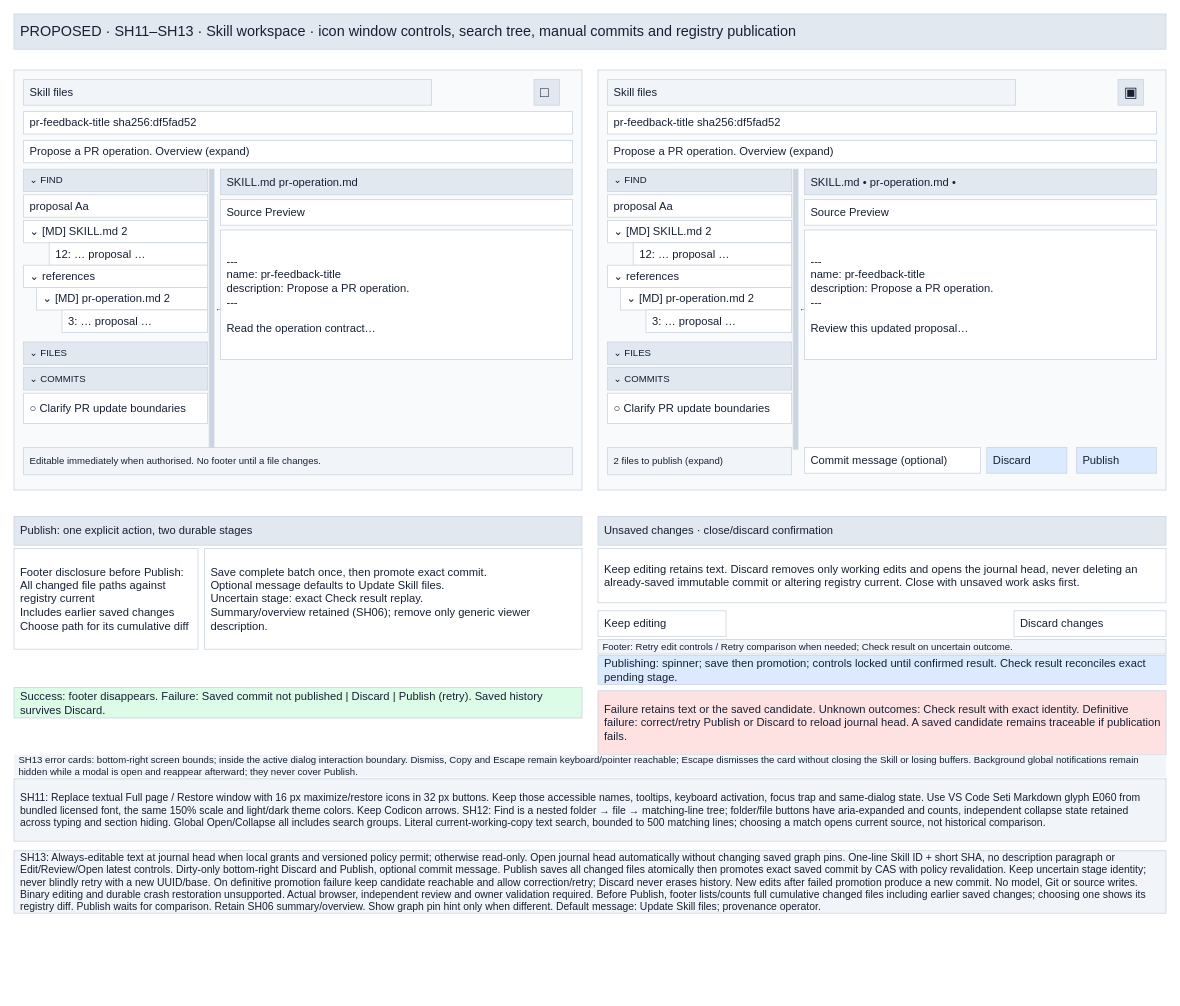
amadou-6e/specs keeps this draw.io diagram as page "Skill workspace editing and publication" (6 of 6) of projects/laomedo/subsystems/skill-registry/design/skill-files.drawio. Above is the earlier version. Source tidied: cells renumbered, new cells numbered last; positions are measured from the earlier drawing's top-left corner, leaving out a move shared by most shapes. Both pictures are drawn from the tidied source at 80%, with x=0, y=0 at pixel (14, 14). Pictures stored in the file or linked from it are replaced by grey dashed boxes.
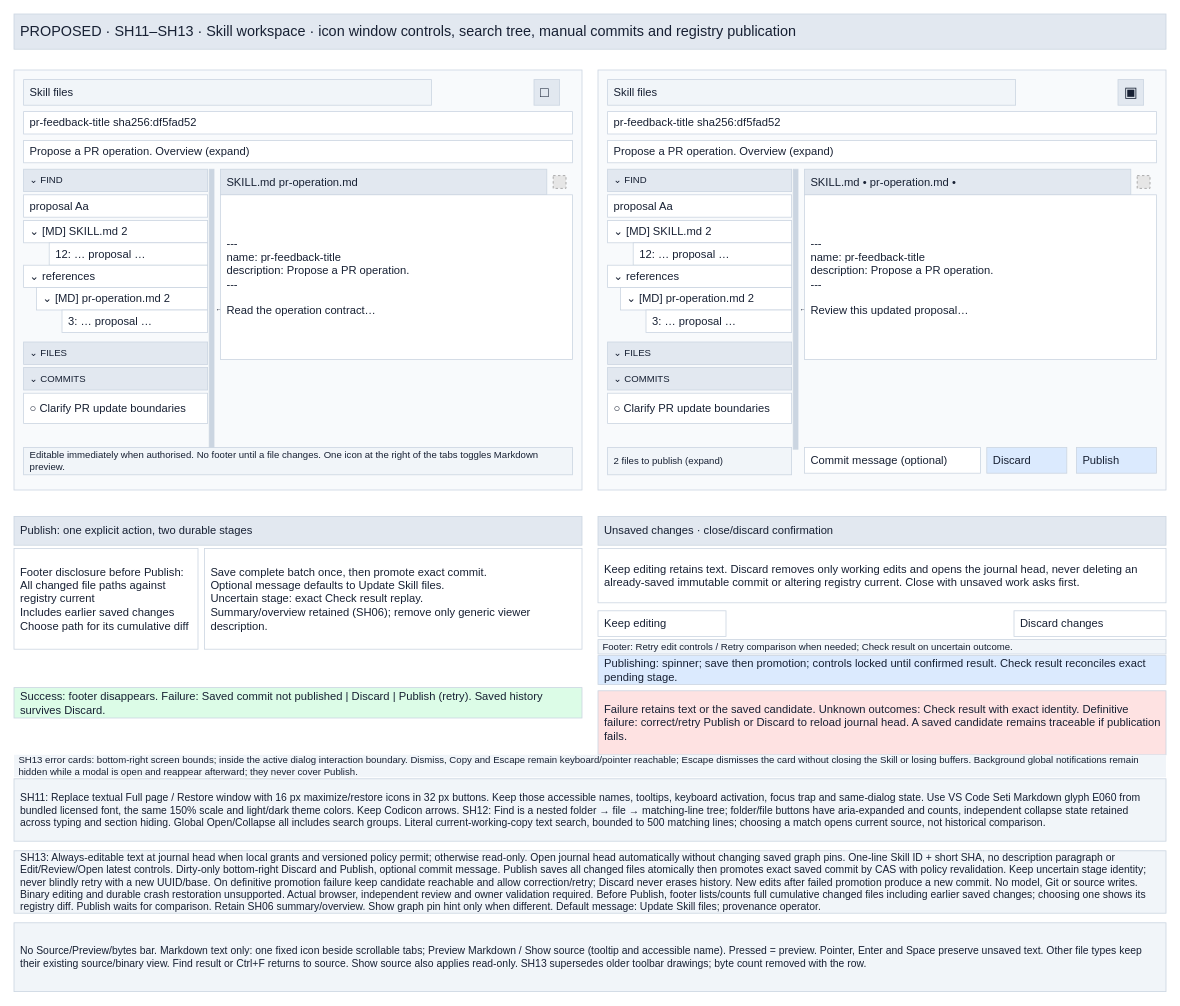
The same diagram, later.

Commit message (it also covers changes not shown here):
Specify a compact Skill source preview toggle

Change to the diagram source:
```diff
@@
     <mxCell id="18" value="SKILL.md      pr-operation.md" style="rounded=0;whiteSpace=wrap;html=0;fillColor=#e2e8f0;strokeColor=#cbd5e1;fontColor=#172033;fontFamily=Arial;fontSize=14;align=left;verticalAlign=middle;spacing=8;" parent="1" vertex="1">
-      <mxGeometry x="258" y="194" width="440" height="32" as="geometry" />
+      <mxGeometry x="258" y="194" width="408" height="32" as="geometry" />
     </mxCell>
-    <mxCell id="19" value="Source      Preview" style="rounded=0;whiteSpace=wrap;html=0;fillColor=#ffffff;strokeColor=#cbd5e1;fontColor=#172033;fontFamily=Arial;fontSize=14;align=left;verticalAlign=middle;spacing=8;" parent="1" vertex="1">
-      <mxGeometry x="258" y="232" width="440" height="32" as="geometry" />
-    </mxCell>
+    <mxCell id="60" style="fillColor=#E6E6E6;strokeColor=#999999;dashed=1;verticalAlign=middle;align=center;" parent="1" vertex="1">
+      <mxGeometry x="674" y="202" width="16" height="16" as="geometry" />
+    </mxCell>
     <mxCell id="20" value="---&#10;name: pr-feedback-title&#10;description: Propose a PR operation.&#10;---&#10;&#10;Read the operation contract…" style="rounded=0;whiteSpace=wrap;html=0;fillColor=#ffffff;strokeColor=#cbd5e1;fontColor=#172033;fontFamily=Arial;fontSize=14;align=left;verticalAlign=middle;spacing=8;" parent="1" vertex="1">
-      <mxGeometry x="258" y="270" width="440" height="162" as="geometry" />
+      <mxGeometry x="258" y="226" width="440" height="206" as="geometry" />
     </mxCell>
-    <mxCell id="21" value="Editable immediately when authorised. No footer until a file changes." style="rounded=0;whiteSpace=wrap;html=0;fillColor=#f1f5f9;strokeColor=#cbd5e1;fontColor=#172033;fontFamily=Arial;fontSize=12;align=left;verticalAlign=middle;spacing=8;" parent="1" vertex="1">
+    <mxCell id="21" value="Editable immediately when authorised. No footer until a file changes. One icon at the right of the tabs toggles Markdown preview." style="rounded=0;whiteSpace=wrap;html=0;fillColor=#f1f5f9;strokeColor=#cbd5e1;fontColor=#172033;fontFamily=Arial;fontSize=12;align=left;verticalAlign=middle;spacing=8;" parent="1" vertex="1">
       <mxGeometry x="12" y="542" width="686" height="34" as="geometry" />
     </mxCell>
@@
     <mxCell id="37" value="SKILL.md •      pr-operation.md •" style="rounded=0;whiteSpace=wrap;html=0;fillColor=#e2e8f0;strokeColor=#cbd5e1;fontColor=#172033;fontFamily=Arial;fontSize=14;align=left;verticalAlign=middle;spacing=8;" parent="1" vertex="1">
-      <mxGeometry x="988" y="194" width="440" height="32" as="geometry" />
+      <mxGeometry x="988" y="194" width="408" height="32" as="geometry" />
     </mxCell>
-    <mxCell id="38" value="Source      Preview" style="rounded=0;whiteSpace=wrap;html=0;fillColor=#ffffff;strokeColor=#cbd5e1;fontColor=#172033;fontFamily=Arial;fontSize=14;align=left;verticalAlign=middle;spacing=8;" parent="1" vertex="1">
-      <mxGeometry x="988" y="232" width="440" height="32" as="geometry" />
-    </mxCell>
+    <mxCell id="61" style="fillColor=#E6E6E6;strokeColor=#999999;dashed=1;verticalAlign=middle;align=center;" parent="1" vertex="1">
+      <mxGeometry x="1404" y="202" width="16" height="16" as="geometry" />
+    </mxCell>
     <mxCell id="39" value="---&#10;name: pr-feedback-title&#10;description: Propose a PR operation.&#10;---&#10;&#10;Review this updated proposal…" style="rounded=0;whiteSpace=wrap;html=0;fillColor=#ffffff;strokeColor=#cbd5e1;fontColor=#172033;fontFamily=Arial;fontSize=14;align=left;verticalAlign=middle;spacing=8;" parent="1" vertex="1">
-      <mxGeometry x="988" y="270" width="440" height="162" as="geometry" />
+      <mxGeometry x="988" y="226" width="440" height="206" as="geometry" />
     </mxCell>
@@
+    <mxCell id="62" value="No Source/Preview/bytes bar. Markdown text only: one fixed icon beside scrollable tabs; Preview Markdown / Show source (tooltip and accessible name). Pressed = preview. Pointer, Enter and Space preserve unsaved text. Other file types keep their existing source/binary view. Find result or Ctrl+F returns to source. Show source also applies read-only. SH13 supersedes older toolbar drawings; byte count removed with the row." style="rounded=0;whiteSpace=wrap;html=0;fillColor=#f1f5f9;strokeColor=#cbd5e1;fontColor=#172033;fontFamily=Arial;fontSize=13;align=left;verticalAlign=middle;spacing=8;" parent="1" vertex="1">
+      <mxGeometry y="1136" width="1440" height="86" as="geometry" />
+    </mxCell>
```
